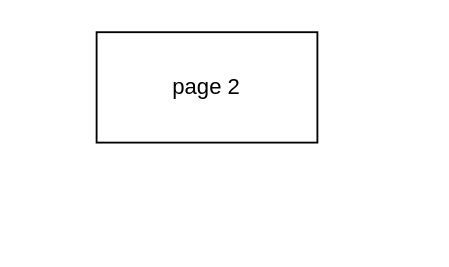
Earlier version of the draw.io diagram page "Page-2" (2 of 3) of src/resources/test.drawio (harleylara/robotics). Source tidied: cells renumbered, new cells numbered last; positions are measured from the earlier drawing's top-left corner, leaving out a move shared by most shapes. Both pictures are drawn from the tidied source at 184%, with x=0, y=0 at pixel (96, 31).
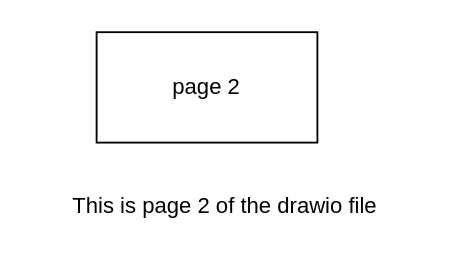
The same page after the edit.

Commit message (it also covers changes not shown here):
multi page diagram support drawio

Change to the diagram source:
```diff
@@
 <mxGraphModel>
   <root>
     <mxCell id="0" />
     <mxCell id="1" parent="0" />
     <mxCell id="2" value="page 2" style="rounded=0;whiteSpace=wrap;html=1;" parent="1" vertex="1">
       <mxGeometry width="120" height="60" as="geometry" />
     </mxCell>
+    <mxCell id="3" value="This is page 2 of the drawio file" style="text;html=1;strokeColor=none;fillColor=none;align=center;verticalAlign=middle;whiteSpace=wrap;rounded=0;" parent="1" vertex="1">
+      <mxGeometry x="-35" y="80" width="210" height="30" as="geometry" />
+    </mxCell>
   </root>
 </mxGraphModel>
```
